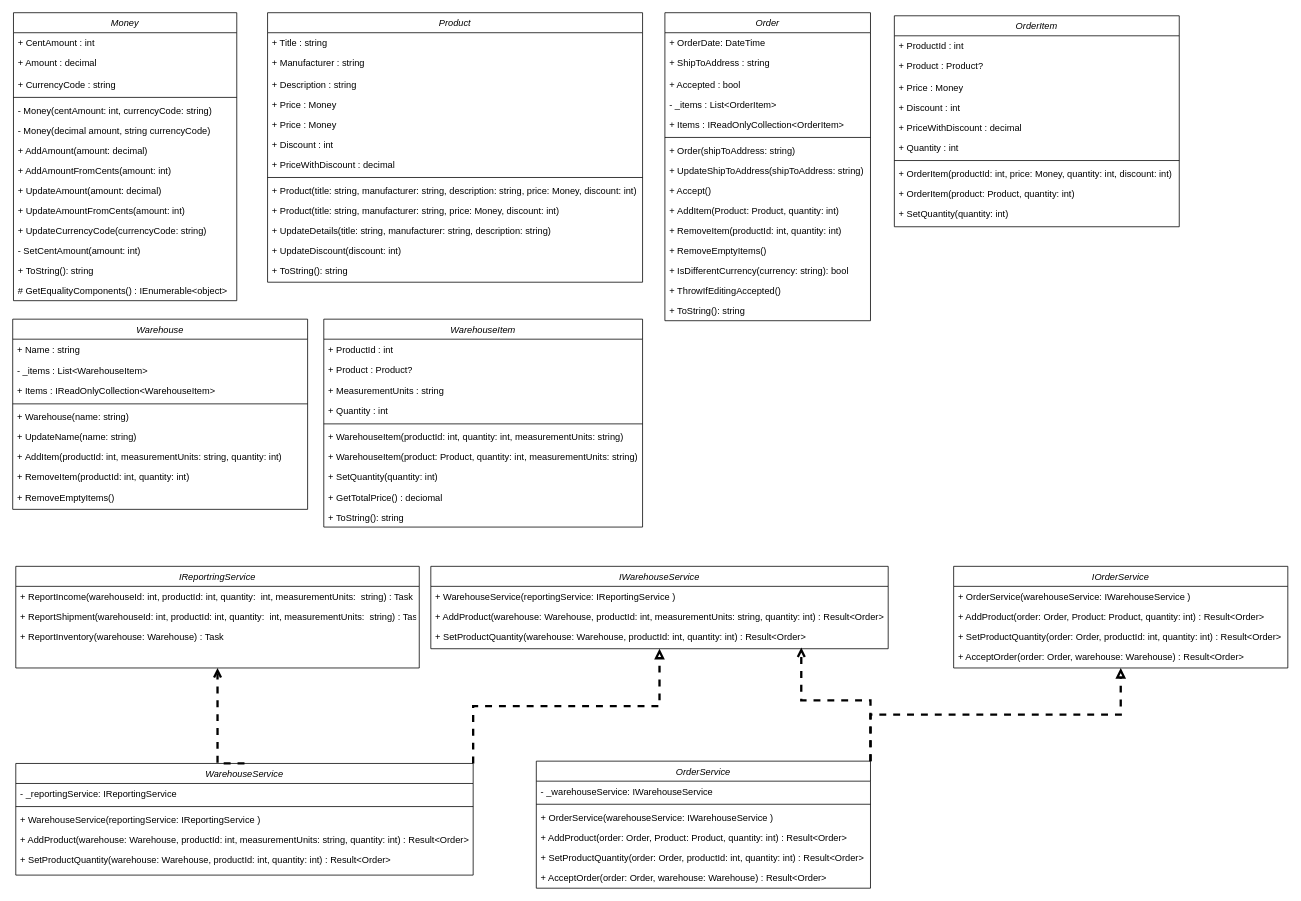
Sanchiz1/Software-design keeps this draw.io diagram as lab-01/Warehouse.drawio. Above is the earlier version. Source tidied: cells renumbered, new cells numbered last; positions are measured from the earlier drawing's top-left corner, leaving out a move shared by most shapes. Both pictures are drawn from the tidied source at 77%, with x=0, y=0 at pixel (12, 12).
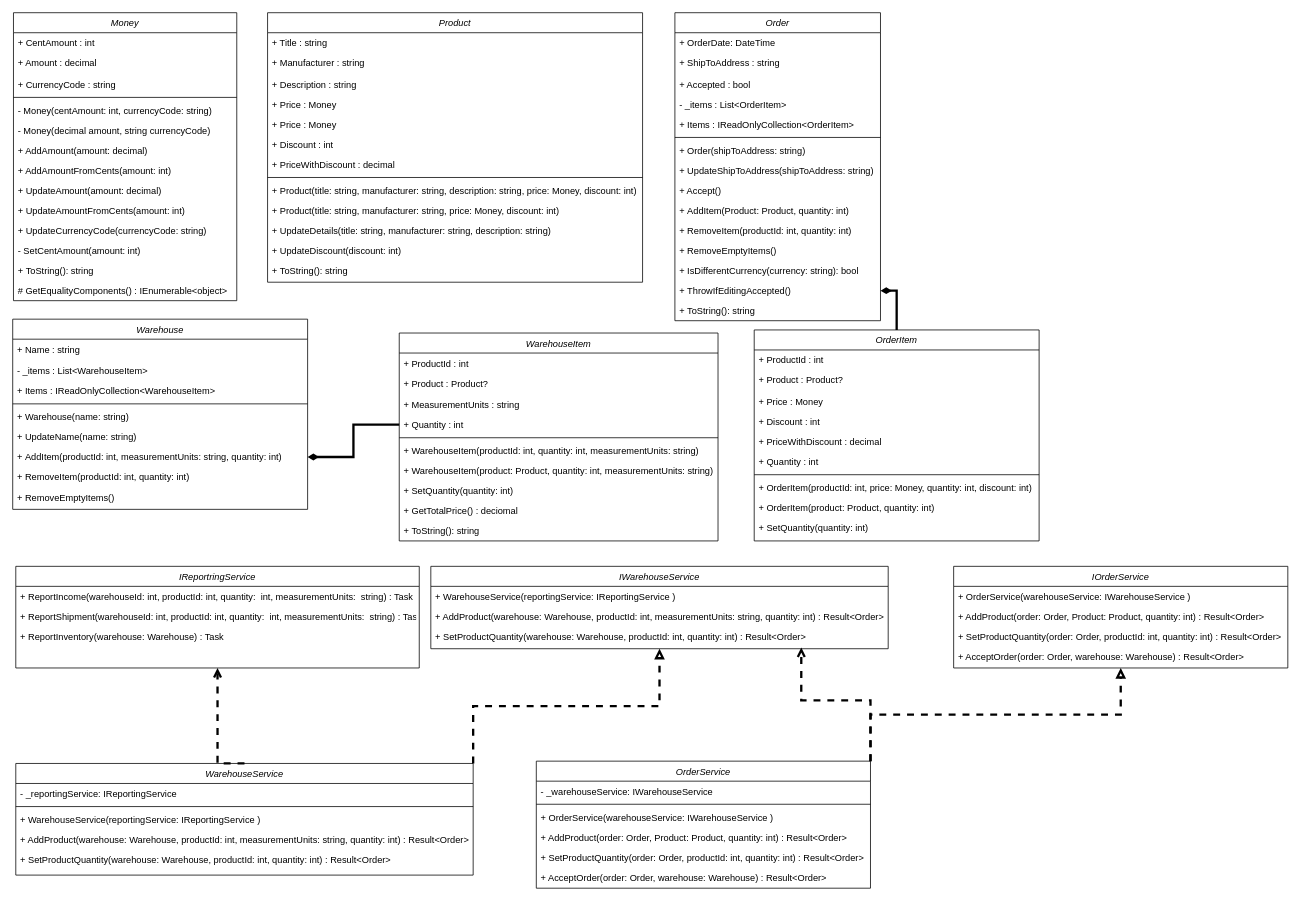
The same diagram, later.

Unchanged cells that the change refers to:
```xml
<mxCell id="45" value="+ ThrowIfEditingAccepted()" style="text;align=left;verticalAlign=top;spacingLeft=4;spacingRight=4;overflow=hidden;points=[[0,0.5],[1,0.5]];portConstraint=eastwest;" parent="31" vertex="1">
  <mxGeometry y="348" width="267" height="26" as="geometry" />
</mxCell>
<mxCell id="65" value="+ AddItem(productId: int, measurementUnits: string, quantity: int)" style="text;align=left;verticalAlign=top;spacingLeft=4;spacingRight=4;overflow=hidden;points=[[0,0.5],[1,0.5]];portConstraint=eastwest;" parent="58" vertex="1">
  <mxGeometry y="166" width="383" height="26" as="geometry" />
</mxCell>
<mxCell id="72" value="+ Quantity : int" style="text;align=left;verticalAlign=top;spacingLeft=4;spacingRight=4;overflow=hidden;points=[[0,0.5],[1,0.5]];portConstraint=eastwest;rounded=0;shadow=0;html=0;" parent="68" vertex="1">
  <mxGeometry y="106" width="414" height="26" as="geometry" />
</mxCell>
```

What changed in the source:
```diff
@@
     <mxCell id="31" value="Order" style="swimlane;fontStyle=2;align=center;verticalAlign=top;horizontal=1;startSize=26;rounded=0;shadow=0;strokeWidth=1;" parent="1" vertex="1">
-      <mxGeometry x="847" width="267" height="400" as="geometry" />
+      <mxGeometry x="860" width="267" height="400" as="geometry" />
     </mxCell>
@@
+    <mxCell id="109" style="edgeStyle=orthogonalEdgeStyle;rounded=0;jettySize=auto;html=1;endArrow=diamondThin;endFill=1;strokeWidth=3;" parent="1" edge="1" source="47" target="45">
+      <mxGeometry relative="1" as="geometry" />
+    </mxCell>
     <mxCell id="47" value="OrderItem" style="swimlane;fontStyle=2;align=center;verticalAlign=top;horizontal=1;startSize=26;rounded=0;shadow=0;strokeWidth=1;" parent="1" vertex="1">
-      <mxGeometry x="1145" y="4" width="370" height="274" as="geometry" />
+      <mxGeometry x="963" y="412" width="370" height="274" as="geometry" />
     </mxCell>
@@
     <mxCell id="68" value="WarehouseItem" style="swimlane;fontStyle=2;align=center;verticalAlign=top;horizontal=1;startSize=26;rounded=0;shadow=0;strokeWidth=1;" parent="1" vertex="1">
-      <mxGeometry x="404" y="398" width="414" height="270" as="geometry" />
+      <mxGeometry x="502" y="416" width="414" height="270" as="geometry" />
     </mxCell>
@@
+    <mxCell id="110" style="edgeStyle=orthogonalEdgeStyle;rounded=0;jettySize=auto;html=1;endArrow=diamondThin;endFill=1;strokeWidth=3;" parent="1" edge="1" source="72" target="65">
+      <mxGeometry relative="1" as="geometry" />
+    </mxCell>
```
